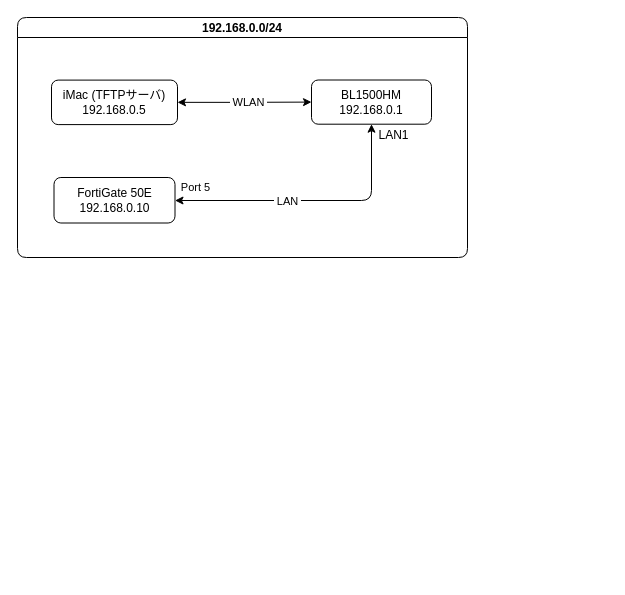
Above: ネットワーク構成図/FortiGate 50E TFTPサーバ通信.drawio in virtualitypage/draw.io (draw.io), before the change. Source tidied: cells renumbered, new cells numbered last; positions are measured from the earlier drawing's top-left corner, leaving out a move shared by most shapes. Both pictures are drawn from the tidied source at 100%, with x=0, y=0 at pixel (17, 17).
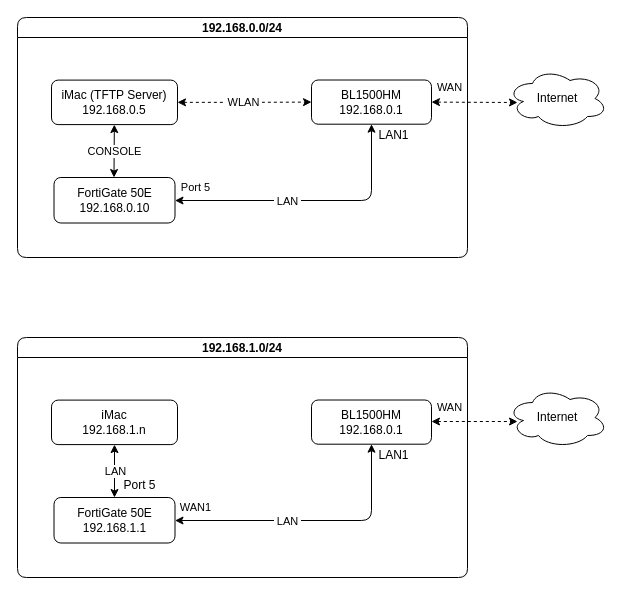
The same diagram, later.

Commit message:
FortiGate 50E TFTPサーバ通信.drawio を更新します

The change refers to these unchanged cells:
```xml
<mxCell id="2" style="group;" parent="1" vertex="1">
  <mxGeometry width="450" height="240" as="geometry" />
</mxCell>
<mxCell id="3" value="192.168.0.0/24" style="swimlane;startSize=20;horizontal=1;containerType=tree;newEdgeStyle={&quot;edgeStyle&quot;:&quot;elbowEdgeStyle&quot;,&quot;startArrow&quot;:&quot;none&quot;,&quot;endArrow&quot;:&quot;none&quot;};fillStyle=auto;labelBackgroundColor=none;labelBorderColor=none;rounded=1;" parent="2" vertex="1">
  <mxGeometry width="450" height="240" as="geometry" />
</mxCell>
<mxCell id="4" value="BL1500HM&lt;div&gt;192.168.0.1&lt;/div&gt;" style="whiteSpace=wrap;html=1;align=center;newEdgeStyle={&quot;edgeStyle&quot;:&quot;elbowEdgeStyle&quot;,&quot;startArrow&quot;:&quot;none&quot;,&quot;endArrow&quot;:&quot;none&quot;};verticalAlign=middle;labelBackgroundColor=none;labelBorderColor=none;rounded=1;" parent="2" vertex="1">
  <mxGeometry x="294" y="62.5" width="120" height="44.2" as="geometry" />
</mxCell>
```

Diff of the diagram source:
```diff
@@
+    <mxCell id="14" style="elbow=horizontal;sourcePerimeterSpacing=0;targetPerimeterSpacing=0;startArrow=classic;endArrow=classic;rounded=0;fontFamily=Helvetica;fontSize=12;fontColor=default;entryX=0.5;entryY=0;entryDx=0;entryDy=0;labelBackgroundColor=none;labelBorderColor=none;startFill=1;endFill=1;" parent="3" edge="1" source="12">
+      <mxGeometry relative="1" as="geometry">
+        <mxPoint x="96.5" y="160" as="targetPoint" />
+      </mxGeometry>
+    </mxCell>
+    <mxCell id="15" value="CONSOLE" style="edgeLabel;html=1;align=center;verticalAlign=middle;labelBackgroundColor=default;" parent="14" vertex="1">
+      <mxGeometry x="-0.09" relative="1" as="geometry">
+        <mxPoint y="2" as="offset" />
+      </mxGeometry>
+    </mxCell>
@@
-    <mxCell id="9" style="edgeStyle=elbowEdgeStyle;elbow=horizontal;sourcePerimeterSpacing=0;targetPerimeterSpacing=0;startArrow=classic;endArrow=classic;rounded=1;curved=0;fontFamily=Helvetica;fontSize=12;fontColor=default;exitX=1;exitY=0.5;exitDx=0;exitDy=0;entryX=0;entryY=0.5;entryDx=0;entryDy=0;labelBackgroundColor=none;labelBorderColor=none;startFill=1;endFill=1;" parent="2" edge="1" source="12" target="4">
+    <mxCell id="9" style="edgeStyle=elbowEdgeStyle;elbow=horizontal;sourcePerimeterSpacing=0;targetPerimeterSpacing=0;startArrow=classic;endArrow=classic;rounded=1;curved=0;fontFamily=Helvetica;fontSize=12;fontColor=default;exitX=1;exitY=0.5;exitDx=0;exitDy=0;entryX=0;entryY=0.5;entryDx=0;entryDy=0;labelBackgroundColor=none;labelBorderColor=none;startFill=1;endFill=1;dashed=1;" parent="2" edge="1" source="12" target="4">
       <mxGeometry relative="1" as="geometry" />
     </mxCell>
     <mxCell id="10" value="&amp;nbsp;WLAN&amp;nbsp;" style="edgeLabel;html=1;align=center;verticalAlign=middle;labelBackgroundColor=default;" parent="9" vertex="1">
       <mxGeometry x="-0.09" relative="1" as="geometry">
-        <mxPoint x="9" as="offset" />
+        <mxPoint x="4" as="offset" />
       </mxGeometry>
     </mxCell>
@@
-    <mxCell id="12" value="iMac (TFTPサーバ)&lt;div&gt;192.168.0.5&lt;/div&gt;" style="whiteSpace=wrap;html=1;align=center;verticalAlign=middle;newEdgeStyle={&quot;edgeStyle&quot;:&quot;elbowEdgeStyle&quot;,&quot;startArrow&quot;:&quot;none&quot;,&quot;endArrow&quot;:&quot;none&quot;};fontFamily=Helvetica;fontSize=12;labelBackgroundColor=none;labelBorderColor=none;rounded=1;" parent="2" vertex="1">
+    <mxCell id="12" value="iMac (TFTP Server)&lt;div&gt;192.168.0.5&lt;/div&gt;" style="whiteSpace=wrap;html=1;align=center;verticalAlign=middle;newEdgeStyle={&quot;edgeStyle&quot;:&quot;elbowEdgeStyle&quot;,&quot;startArrow&quot;:&quot;none&quot;,&quot;endArrow&quot;:&quot;none&quot;};fontFamily=Helvetica;fontSize=12;labelBackgroundColor=none;labelBorderColor=none;rounded=1;" parent="2" vertex="1">
       <mxGeometry x="34" y="62.6" width="126" height="44.5" as="geometry" />
     </mxCell>
@@
+    <mxCell id="16" style="group;" parent="1" vertex="1">
+      <mxGeometry y="320" width="450" height="240" as="geometry" />
+    </mxCell>
+    <mxCell id="17" value="192.168.1.0/24" style="swimlane;startSize=20;horizontal=1;containerType=tree;newEdgeStyle={&quot;edgeStyle&quot;:&quot;elbowEdgeStyle&quot;,&quot;startArrow&quot;:&quot;none&quot;,&quot;endArrow&quot;:&quot;none&quot;};fillStyle=auto;labelBackgroundColor=none;labelBorderColor=none;rounded=1;" parent="16" vertex="1">
+      <mxGeometry width="450" height="240" as="geometry" />
+    </mxCell>
+    <mxCell id="18" value="Port 5" style="edgeLabel;html=1;align=center;verticalAlign=middle;fontFamily=Helvetica;fontSize=12;labelBackgroundColor=none;labelBorderColor=none;rounded=1;arcSize=50;" parent="17" vertex="1">
+      <mxGeometry x="130" y="160" as="geometry">
+        <mxPoint x="-9" y="-13" as="offset" />
+      </mxGeometry>
+    </mxCell>
+    <mxCell id="19" value="BL1500HM&lt;div&gt;192.168.0.1&lt;/div&gt;" style="whiteSpace=wrap;html=1;align=center;newEdgeStyle={&quot;edgeStyle&quot;:&quot;elbowEdgeStyle&quot;,&quot;startArrow&quot;:&quot;none&quot;,&quot;endArrow&quot;:&quot;none&quot;};verticalAlign=middle;labelBackgroundColor=none;labelBorderColor=none;rounded=1;" parent="16" vertex="1">
+      <mxGeometry x="294" y="62.5" width="120" height="44.2" as="geometry" />
+    </mxCell>
+    <mxCell id="20" style="edgeStyle=elbowEdgeStyle;rounded=0;orthogonalLoop=1;jettySize=auto;html=1;startArrow=none;endArrow=none;entryX=0.5;entryY=0;entryDx=0;entryDy=0;labelBackgroundColor=none;fontColor=default;" parent="16" edge="1">
+      <mxGeometry relative="1" as="geometry">
+        <mxPoint x="84" y="129" as="sourcePoint" />
+        <mxPoint x="84" y="129" as="targetPoint" />
+      </mxGeometry>
+    </mxCell>
+    <mxCell id="21" style="edgeStyle=elbowEdgeStyle;elbow=vertical;sourcePerimeterSpacing=0;targetPerimeterSpacing=0;startArrow=classic;endArrow=classic;rounded=1;curved=0;fontFamily=Helvetica;fontSize=12;fontColor=default;exitX=0.5;exitY=1;exitDx=0;exitDy=0;entryX=1;entryY=0.5;entryDx=0;entryDy=0;labelBackgroundColor=none;labelBorderColor=none;startFill=1;endFill=1;" parent="16" edge="1" source="19" target="26">
+      <mxGeometry relative="1" as="geometry">
+        <Array as="points">
+          <mxPoint x="320" y="183" />
+        </Array>
+      </mxGeometry>
+    </mxCell>
+    <mxCell id="22" value="&amp;nbsp;LAN&amp;nbsp;" style="edgeLabel;html=1;align=center;verticalAlign=middle;labelBackgroundColor=default;" parent="21" vertex="1">
+      <mxGeometry x="0.32" y="-1" relative="1" as="geometry">
+        <mxPoint x="19" y="1" as="offset" />
+      </mxGeometry>
+    </mxCell>
+    <mxCell id="23" value="LAN1" style="edgeLabel;html=1;align=center;verticalAlign=middle;fontFamily=Helvetica;fontSize=12;labelBackgroundColor=none;labelBorderColor=none;rounded=1;" parent="16" vertex="1">
+      <mxGeometry x="384" y="130" as="geometry">
+        <mxPoint x="-9" y="-13" as="offset" />
+      </mxGeometry>
+    </mxCell>
+    <mxCell id="24" style="elbow=horizontal;sourcePerimeterSpacing=0;targetPerimeterSpacing=0;startArrow=classic;endArrow=classic;rounded=0;fontFamily=Helvetica;fontSize=12;fontColor=default;exitX=0.5;exitY=1;exitDx=0;exitDy=0;entryX=0.5;entryY=0;entryDx=0;entryDy=0;labelBackgroundColor=none;labelBorderColor=none;startFill=1;endFill=1;" parent="16" edge="1" source="27" target="26">
+      <mxGeometry relative="1" as="geometry" />
+    </mxCell>
+    <mxCell id="25" value="LAN" style="edgeLabel;html=1;align=center;verticalAlign=middle;labelBackgroundColor=default;" parent="24" vertex="1">
+      <mxGeometry x="-0.09" relative="1" as="geometry">
+        <mxPoint y="2" as="offset" />
+      </mxGeometry>
+    </mxCell>
+    <mxCell id="26" value="FortiGate 50E&lt;div&gt;192.168.1.1&lt;/div&gt;" style="whiteSpace=wrap;html=1;align=center;newEdgeStyle={&quot;edgeStyle&quot;:&quot;elbowEdgeStyle&quot;,&quot;startArrow&quot;:&quot;none&quot;,&quot;endArrow&quot;:&quot;none&quot;};verticalAlign=middle;labelBackgroundColor=none;labelBorderColor=none;rounded=1;" parent="16" vertex="1">
+      <mxGeometry x="36.5" y="160" width="121" height="45.5" as="geometry" />
+    </mxCell>
+    <mxCell id="27" value="iMac&lt;div&gt;192.168.1.n&lt;/div&gt;" style="whiteSpace=wrap;html=1;align=center;verticalAlign=middle;newEdgeStyle={&quot;edgeStyle&quot;:&quot;elbowEdgeStyle&quot;,&quot;startArrow&quot;:&quot;none&quot;,&quot;endArrow&quot;:&quot;none&quot;};fontFamily=Helvetica;fontSize=12;labelBackgroundColor=none;labelBorderColor=none;rounded=1;" parent="16" vertex="1">
+      <mxGeometry x="34" y="62.6" width="126" height="44.5" as="geometry" />
+    </mxCell>
+    <mxCell id="28" value="WAN1" style="edgeLabel;html=1;align=center;verticalAlign=middle;labelBackgroundColor=default;" parent="1" vertex="1">
+      <mxGeometry x="280" y="515" as="geometry">
+        <mxPoint x="-103" y="-26" as="offset" />
+      </mxGeometry>
+    </mxCell>
+    <mxCell id="29" value="Internet" style="ellipse;shape=cloud;whiteSpace=wrap;html=1;align=center;" parent="1" vertex="1">
+      <mxGeometry x="490" y="51" width="100" height="60" as="geometry" />
+    </mxCell>
+    <mxCell id="30" style="elbow=horizontal;sourcePerimeterSpacing=0;targetPerimeterSpacing=0;startArrow=classic;endArrow=classic;rounded=1;fontFamily=Helvetica;fontSize=12;fontColor=default;exitX=1;exitY=0.5;exitDx=0;exitDy=0;labelBackgroundColor=none;labelBorderColor=none;startFill=1;endFill=1;dashed=1;" parent="1" edge="1" source="4">
+      <mxGeometry relative="1" as="geometry">
+        <mxPoint x="500" y="85" as="targetPoint" />
+      </mxGeometry>
+    </mxCell>
+    <mxCell id="31" value="WAN" style="edgeLabel;html=1;align=center;verticalAlign=middle;" parent="30" vertex="1">
+      <mxGeometry x="-0.73" y="3" relative="1" as="geometry">
+        <mxPoint x="5" y="-12" as="offset" />
+      </mxGeometry>
+    </mxCell>
+    <mxCell id="32" value="Internet" style="ellipse;shape=cloud;whiteSpace=wrap;html=1;align=center;" parent="1" vertex="1">
+      <mxGeometry x="490" y="370" width="100" height="60" as="geometry" />
+    </mxCell>
+    <mxCell id="33" style="elbow=horizontal;sourcePerimeterSpacing=0;targetPerimeterSpacing=0;startArrow=classic;endArrow=classic;rounded=1;fontFamily=Helvetica;fontSize=12;fontColor=default;exitX=1;exitY=0.5;exitDx=0;exitDy=0;labelBackgroundColor=none;labelBorderColor=none;startFill=1;endFill=1;dashed=1;" parent="1" edge="1">
+      <mxGeometry relative="1" as="geometry">
+        <mxPoint x="414" y="404" as="sourcePoint" />
+        <mxPoint x="500" y="404" as="targetPoint" />
+      </mxGeometry>
+    </mxCell>
+    <mxCell id="34" value="WAN" style="edgeLabel;html=1;align=center;verticalAlign=middle;" parent="33" vertex="1">
+      <mxGeometry x="-0.73" y="3" relative="1" as="geometry">
+        <mxPoint x="5" y="-12" as="offset" />
+      </mxGeometry>
+    </mxCell>
```
